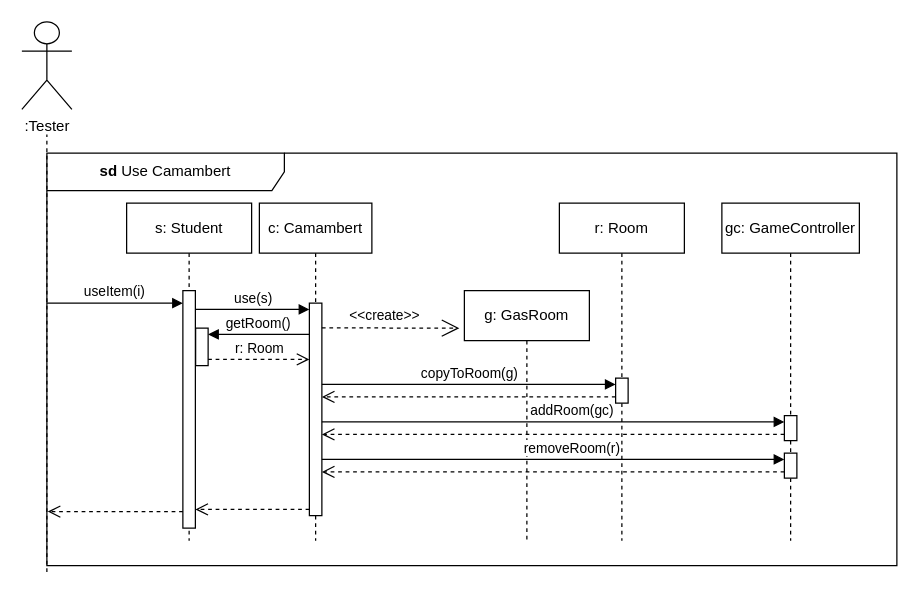
Above: page "Use Camambert" (7 of 19) of Beadások/4. Beadás/Szekvencia.drawio in XanleR/U.B.R.---Projlab-2024 (draw.io), before the change. Source tidied: cells renumbered, new cells numbered last; positions are measured from the earlier drawing's top-left corner, leaving out a move shared by most shapes. Both pictures are drawn from the tidied source at 125%, with x=0, y=0 at pixel (21, 21).
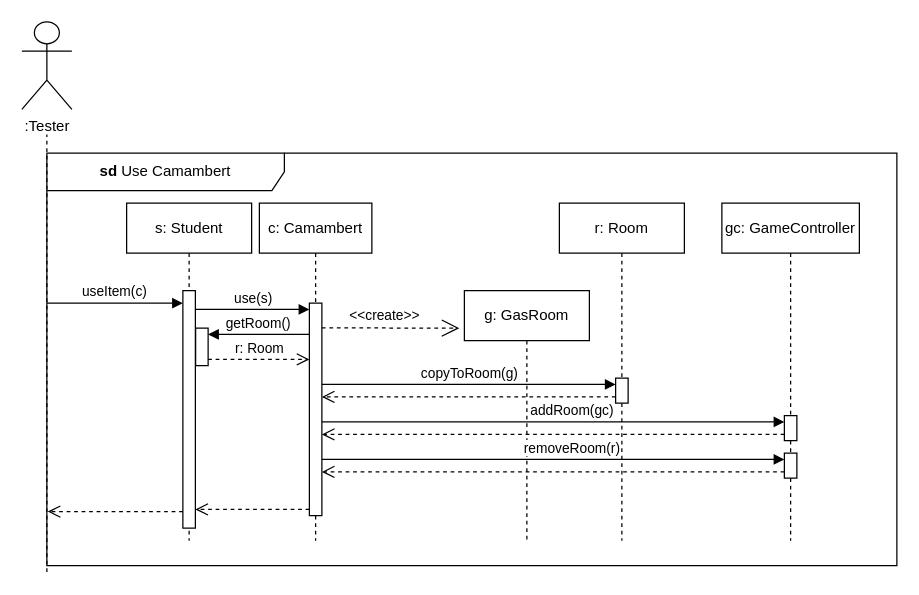
Above is the later version.

The change refers to these unchanged cells:
```xml
<mxCell id="3" style="html=1;points=[[0,0,0,0,5],[0,1,0,0,-5],[1,0,0,0,5],[1,1,0,0,-5]];perimeter=orthogonalPerimeter;outlineConnect=0;targetShapes=umlLifeline;portConstraint=eastwest;newEdgeStyle={&quot;curved&quot;:0,&quot;rounded&quot;:0};" parent="2" vertex="1">
  <mxGeometry x="45" y="70" width="10" height="190" as="geometry" />
</mxCell>
```

Change to the diagram source:
```diff
@@
-    <mxCell id="6" value="useItem(i)" style="html=1;verticalAlign=bottom;endArrow=block;curved=0;rounded=0;" parent="1" edge="1" target="3">
+    <mxCell id="6" value="useItem(c)" style="html=1;verticalAlign=bottom;endArrow=block;curved=0;rounded=0;" parent="1" edge="1" target="3">
       <mxGeometry relative="1" as="geometry">
         <mxPoint x="20" y="225" as="sourcePoint" />
       </mxGeometry>
     </mxCell>
```
